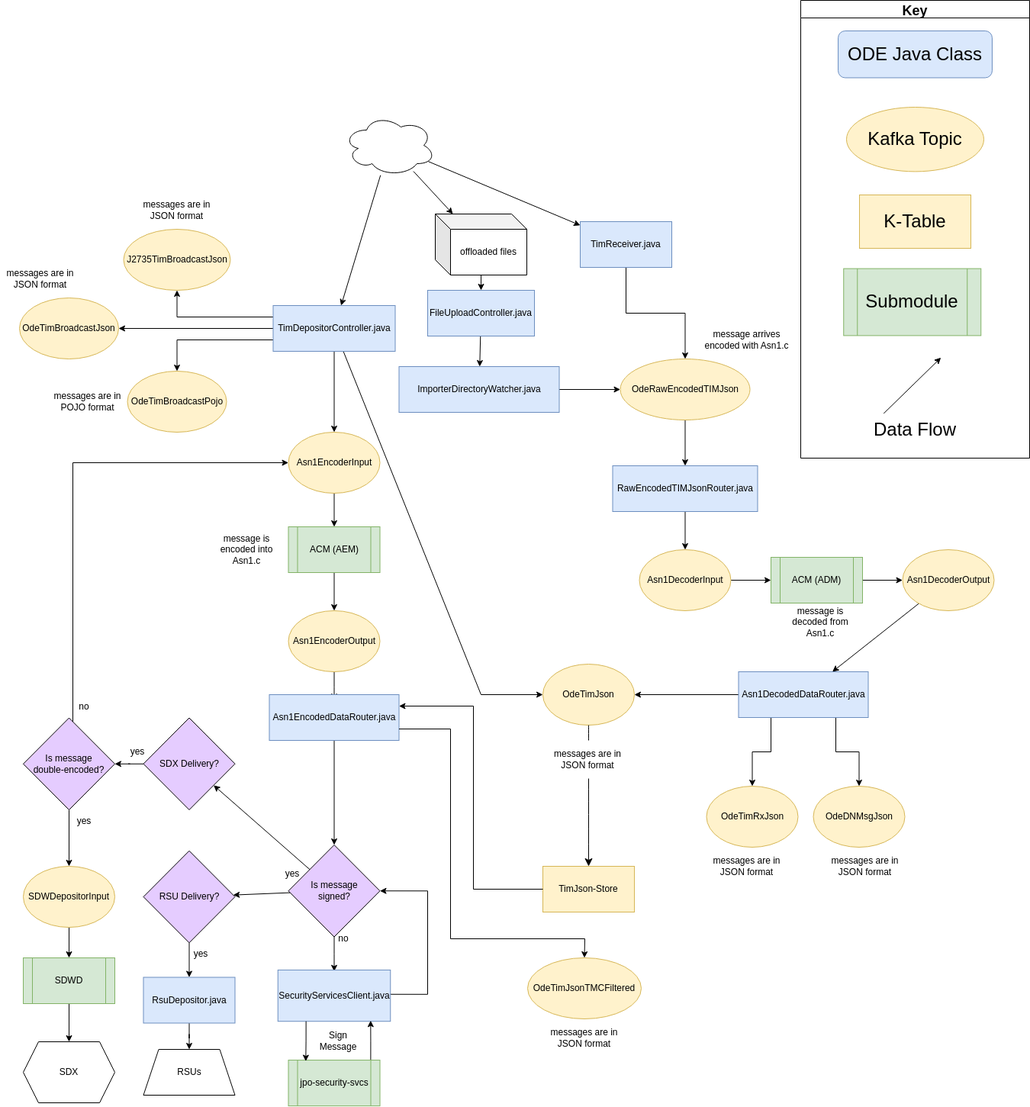
This is docs/data-flow-diagrams/tim/TIM Data Flow.drawio.png from CDOT-CV/jpo-ode, a draw.io export, as it was before one commit. Source tidied: cells renumbered, new cells last; positions are measured from the earlier drawing's top-left corner, leaving out a move shared by most shapes.
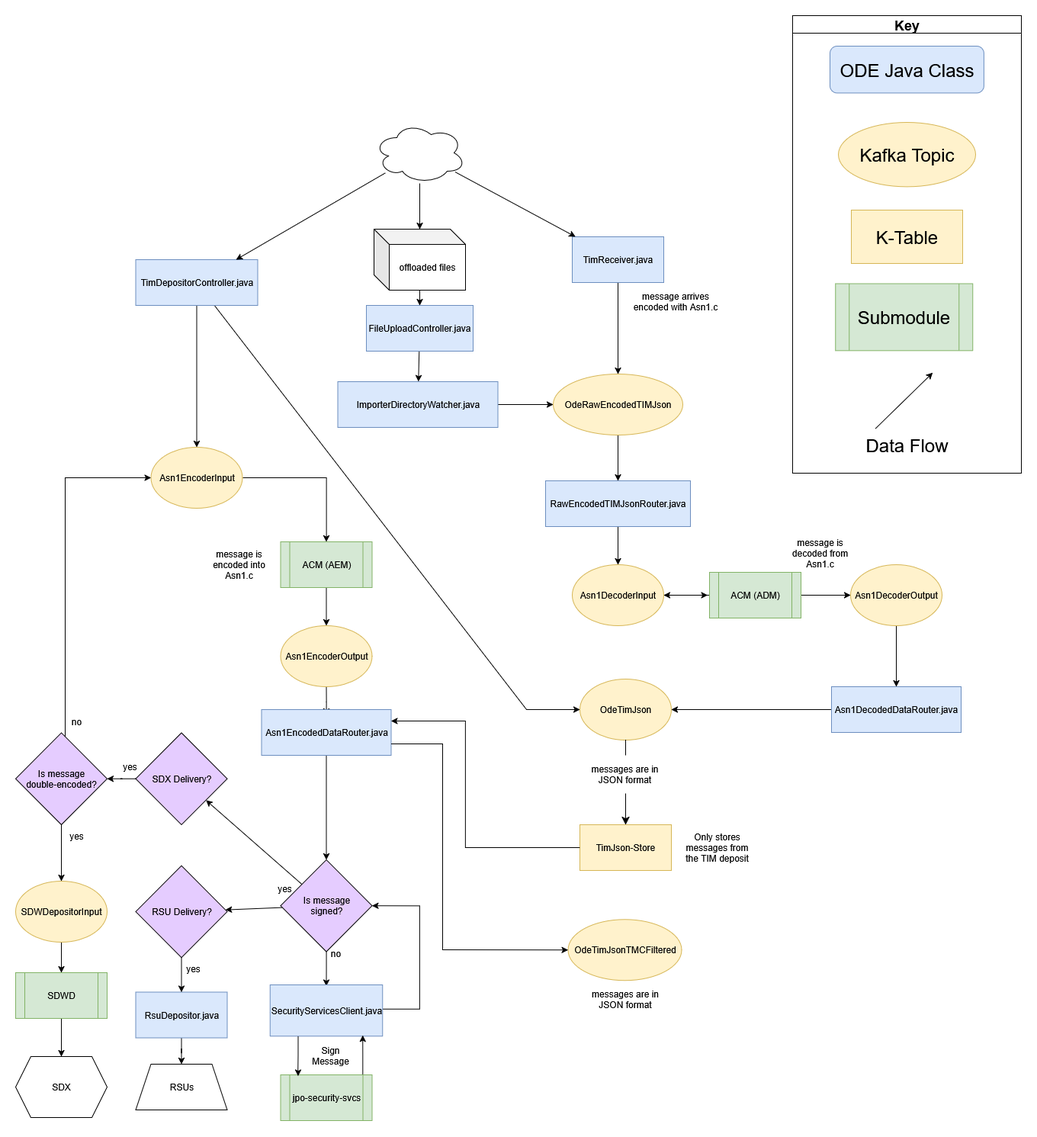
The same diagram one commit later.

Diff of the diagram source:
```diff
@@ -5,32 +5,33 @@
     <mxCell id="2" style="rounded=0;jettySize=auto;html=1;entryX=1;entryY=0.5;entryDx=0;entryDy=0;exitX=0;exitY=0.5;exitDx=0;exitDy=0;" parent="1" edge="1" source="5" target="20">
       <mxGeometry relative="1" as="geometry" />
     </mxCell>
-    <mxCell id="3" style="edgeStyle=orthogonalEdgeStyle;rounded=0;jettySize=auto;html=1;exitX=0.25;exitY=1;exitDx=0;exitDy=0;" parent="1" edge="1" source="5" target="19">
-      <mxGeometry relative="1" as="geometry" />
-    </mxCell>
-    <mxCell id="4" style="edgeStyle=orthogonalEdgeStyle;rounded=0;jettySize=auto;html=1;exitX=0.75;exitY=1;exitDx=0;exitDy=0;" parent="1" edge="1" source="5" target="18">
-      <mxGeometry relative="1" as="geometry" />
-    </mxCell>
     <mxCell id="5" value="Asn1DecodedDataRouter.java" style="rounded=0;whiteSpace=wrap;html=1;fillColor=#dae8fc;strokeColor=#6c8ebf;" parent="1" vertex="1">
-      <mxGeometry x="967.5" y="880" width="170" height="60" as="geometry" />
+      <mxGeometry x="1100" y="880" width="170" height="60" as="geometry" />
     </mxCell>
     <mxCell id="6" style="edgeStyle=orthogonalEdgeStyle;rounded=0;jettySize=auto;html=1;entryX=0;entryY=0.5;entryDx=0;entryDy=0;" parent="1" edge="1" source="7" target="11">
       <mxGeometry relative="1" as="geometry" />
     </mxCell>
+    <mxCell id="105" style="edgeStyle=orthogonalEdgeStyle;rounded=0;jettySize=auto;html=1;" parent="1" edge="1" source="7" target="9">
+      <mxGeometry relative="1" as="geometry" />
+    </mxCell>
     <mxCell id="7" value="ACM (ADM)" style="shape=process;whiteSpace=wrap;html=1;backgroundOutline=1;fillColor=#d5e8d4;strokeColor=#82b366;" parent="1" vertex="1">
-      <mxGeometry x="1010" y="730" width="120" height="60" as="geometry" />
+      <mxGeometry x="940" y="730" width="120" height="60" as="geometry" />
     </mxCell>
-    <mxCell id="8" style="edgeStyle=orthogonalEdgeStyle;rounded=0;jettySize=auto;html=1;entryX=0;entryY=0.5;entryDx=0;entryDy=0;" parent="1" edge="1" source="9" target="7">
-      <mxGeometry relative="1" as="geometry" />
+    <mxCell id="8" style="edgeStyle=orthogonalEdgeStyle;rounded=0;jettySize=auto;html=1;entryX=0;entryY=0.5;entryDx=0;entryDy=0;" parent="1" edge="1" source="9">
+      <mxGeometry relative="1" as="geometry">
+        <mxPoint x="937.5" y="760" as="targetPoint" />
+      </mxGeometry>
     </mxCell>
     <mxCell id="9" value="Asn1DecoderInput" style="ellipse;whiteSpace=wrap;html=1;fillColor=#fff2cc;strokeColor=#d6b656;" parent="1" vertex="1">
-      <mxGeometry x="837.5" y="720" width="120" height="80" as="geometry" />
+      <mxGeometry x="760" y="720" width="120" height="80" as="geometry" />
     </mxCell>
-    <mxCell id="10" style="rounded=0;jettySize=auto;html=1;" parent="1" edge="1" source="11" target="5">
-      <mxGeometry relative="1" as="geometry" />
+    <mxCell id="10" style="rounded=0;jettySize=auto;html=1;" parent="1" edge="1" source="11">
+      <mxGeometry relative="1" as="geometry">
+        <mxPoint x="1185" y="880" as="targetPoint" />
+      </mxGeometry>
     </mxCell>
     <mxCell id="11" value="Asn1DecoderOutput" style="ellipse;whiteSpace=wrap;html=1;fillColor=#fff2cc;strokeColor=#d6b656;" parent="1" vertex="1">
-      <mxGeometry x="1182.5" y="720" width="120" height="80" as="geometry" />
+      <mxGeometry x="1125" y="720" width="120" height="80" as="geometry" />
     </mxCell>
     <mxCell id="12" style="edgeStyle=orthogonalEdgeStyle;rounded=0;jettySize=auto;html=1;entryX=0.5;entryY=0;entryDx=0;entryDy=0;" parent="1" edge="1" source="13" target="15">
       <mxGeometry relative="1" as="geometry" />
@@ -42,22 +43,16 @@
       <mxGeometry relative="1" as="geometry" />
     </mxCell>
     <mxCell id="15" value="OdeRawEncodedTIMJson" style="ellipse;whiteSpace=wrap;html=1;fillColor=#fff2cc;strokeColor=#d6b656;" parent="1" vertex="1">
-      <mxGeometry x="812.5" y="470" width="170" height="80" as="geometry" />
+      <mxGeometry x="735" y="470" width="170" height="80" as="geometry" />
     </mxCell>
     <mxCell id="16" style="edgeStyle=none;html=1;exitX=0.5;exitY=1;exitDx=0;exitDy=0;entryX=0.5;entryY=0;entryDx=0;entryDy=0;" parent="1" edge="1" source="17" target="9">
       <mxGeometry relative="1" as="geometry" />
     </mxCell>
     <mxCell id="17" value="RawEncodedTIMJsonRouter.java" style="rounded=0;whiteSpace=wrap;html=1;fillColor=#dae8fc;strokeColor=#6c8ebf;" parent="1" vertex="1">
-      <mxGeometry x="802.5" y="610" width="190" height="60" as="geometry" />
+      <mxGeometry x="725" y="610" width="190" height="60" as="geometry" />
     </mxCell>
-    <mxCell id="18" value="OdeDNMsgJson" style="ellipse;whiteSpace=wrap;html=1;fillColor=#fff2cc;strokeColor=#d6b656;" parent="1" vertex="1">
-      <mxGeometry x="1065.5" y="1030" width="120" height="80" as="geometry" />
-    </mxCell>
-    <mxCell id="19" value="OdeTimRxJson" style="ellipse;whiteSpace=wrap;html=1;fillColor=#fff2cc;strokeColor=#d6b656;" parent="1" vertex="1">
-      <mxGeometry x="925.5" y="1030" width="120" height="80" as="geometry" />
-    </mxCell>
     <mxCell id="20" value="OdeTimJson" style="ellipse;whiteSpace=wrap;html=1;fillColor=#fff2cc;strokeColor=#d6b656;" parent="1" vertex="1">
-      <mxGeometry x="711" y="870" width="120" height="80" as="geometry" />
+      <mxGeometry x="770" y="870" width="120" height="80" as="geometry" />
     </mxCell>
     <mxCell id="21" style="edgeStyle=orthogonalEdgeStyle;rounded=0;jettySize=auto;html=1;" parent="1" edge="1" source="26" target="29">
       <mxGeometry relative="1" as="geometry" />
@@ -65,30 +60,18 @@
     <mxCell id="22" style="rounded=0;jettySize=auto;html=1;" parent="1" edge="1" source="26" target="20">
       <mxGeometry relative="1" as="geometry">
         <Array as="points">
-          <mxPoint x="630" y="910" />
+          <mxPoint x="700" y="910" />
         </Array>
       </mxGeometry>
     </mxCell>
-    <mxCell id="23" style="edgeStyle=orthogonalEdgeStyle;rounded=0;jettySize=auto;html=1;exitX=0;exitY=0.75;exitDx=0;exitDy=0;" parent="1" edge="1" source="26" target="34">
-      <mxGeometry relative="1" as="geometry" />
-    </mxCell>
-    <mxCell id="24" style="edgeStyle=orthogonalEdgeStyle;rounded=0;jettySize=auto;html=1;exitX=0;exitY=0.25;exitDx=0;exitDy=0;" parent="1" edge="1" source="26" target="27">
-      <mxGeometry relative="1" as="geometry" />
-    </mxCell>
-    <mxCell id="25" style="edgeStyle=orthogonalEdgeStyle;rounded=0;jettySize=auto;html=1;exitX=0;exitY=0.5;exitDx=0;exitDy=0;" parent="1" edge="1" source="26" target="35">
-      <mxGeometry relative="1" as="geometry" />
-    </mxCell>
     <mxCell id="26" value="TimDepositorController.java" style="rounded=0;whiteSpace=wrap;html=1;fillColor=#dae8fc;strokeColor=#6c8ebf;" parent="1" vertex="1">
-      <mxGeometry x="357.5" y="400" width="160" height="60" as="geometry" />
+      <mxGeometry x="187.5" y="320" width="160" height="60" as="geometry" />
     </mxCell>
-    <mxCell id="27" value="J2735TimBroadcastJson" style="ellipse;whiteSpace=wrap;html=1;fillColor=#fff2cc;strokeColor=#d6b656;" parent="1" vertex="1">
-      <mxGeometry x="161.5" y="300" width="140" height="80" as="geometry" />
-    </mxCell>
     <mxCell id="28" style="edgeStyle=orthogonalEdgeStyle;rounded=0;jettySize=auto;html=1;" parent="1" edge="1" source="29" target="31">
       <mxGeometry relative="1" as="geometry" />
     </mxCell>
     <mxCell id="29" value="Asn1EncoderInput" style="ellipse;whiteSpace=wrap;html=1;fillColor=#fff2cc;strokeColor=#d6b656;" parent="1" vertex="1">
-      <mxGeometry x="377.5" y="566" width="120" height="80" as="geometry" />
+      <mxGeometry x="207.5" y="566" width="120" height="80" as="geometry" />
     </mxCell>
     <mxCell id="30" style="edgeStyle=orthogonalEdgeStyle;rounded=0;jettySize=auto;html=1;" parent="1" edge="1" source="31" target="33">
       <mxGeometry relative="1" as="geometry" />
@@ -104,12 +87,6 @@
     <mxCell id="33" value="Asn1EncoderOutput" style="ellipse;whiteSpace=wrap;html=1;fillColor=#fff2cc;strokeColor=#d6b656;" parent="1" vertex="1">
       <mxGeometry x="377.5" y="800" width="120" height="80" as="geometry" />
     </mxCell>
-    <mxCell id="34" value="OdeTimBroadcastPojo" style="ellipse;whiteSpace=wrap;html=1;fillColor=#fff2cc;strokeColor=#d6b656;" parent="1" vertex="1">
-      <mxGeometry x="166.5" y="486" width="130" height="80" as="geometry" />
-    </mxCell>
-    <mxCell id="35" value="OdeTimBroadcastJson" style="ellipse;whiteSpace=wrap;html=1;fillColor=#fff2cc;strokeColor=#d6b656;" parent="1" vertex="1">
-      <mxGeometry x="25" y="390" width="130" height="80" as="geometry" />
-    </mxCell>
     <mxCell id="36" style="group;" parent="1" vertex="1">
       <mxGeometry x="1049" width="300" height="600" as="geometry" />
     </mxCell>
@@ -138,29 +115,14 @@
       <mxGeometry x="77" y="255" width="146" height="70" as="geometry" />
     </mxCell>
     <mxCell id="44" value="message arrives &lt;br&gt;encoded with Asn1.c" style="text;html=1;align=center;verticalAlign=middle;strokeColor=none;fillColor=none;" parent="1" vertex="1">
-      <mxGeometry x="912.5" y="430" width="130" height="30" as="geometry" />
+      <mxGeometry x="830" y="360" width="130" height="30" as="geometry" />
     </mxCell>
     <mxCell id="45" value="message is decoded from Asn1.c" style="text;html=1;strokeColor=none;fillColor=none;align=center;verticalAlign=middle;whiteSpace=wrap;rounded=0;" parent="1" vertex="1">
-      <mxGeometry x="1020" y="790" width="110" height="50" as="geometry" />
+      <mxGeometry x="1030" y="680" width="110" height="50" as="geometry" />
     </mxCell>
     <mxCell id="46" value="message is encoded into Asn1.c" style="text;html=1;strokeColor=none;fillColor=none;align=center;verticalAlign=middle;whiteSpace=wrap;rounded=0;" parent="1" vertex="1">
       <mxGeometry x="267.5" y="695" width="110" height="50" as="geometry" />
     </mxCell>
-    <mxCell id="47" value="messages are in JSON format" style="text;html=1;strokeColor=none;fillColor=none;align=center;verticalAlign=middle;whiteSpace=wrap;rounded=0;" parent="1" vertex="1">
-      <mxGeometry x="925.5" y="1110" width="105" height="50" as="geometry" />
-    </mxCell>
-    <mxCell id="48" value="messages are in JSON format" style="text;html=1;strokeColor=none;fillColor=none;align=center;verticalAlign=middle;whiteSpace=wrap;rounded=0;" parent="1" vertex="1">
-      <mxGeometry x="1080.5" y="1110" width="105" height="50" as="geometry" />
-    </mxCell>
-    <mxCell id="49" value="messages are in JSON format" style="text;html=1;strokeColor=none;fillColor=none;align=center;verticalAlign=middle;whiteSpace=wrap;rounded=0;" parent="1" vertex="1">
-      <mxGeometry x="179" y="250" width="105" height="50" as="geometry" />
-    </mxCell>
-    <mxCell id="50" value="messages are in JSON format" style="text;html=1;strokeColor=none;fillColor=none;align=center;verticalAlign=middle;whiteSpace=wrap;rounded=0;" parent="1" vertex="1">
-      <mxGeometry y="340" width="105" height="50" as="geometry" />
-    </mxCell>
-    <mxCell id="51" value="messages are in POJO format" style="text;html=1;strokeColor=none;fillColor=none;align=center;verticalAlign=middle;whiteSpace=wrap;rounded=0;" parent="1" vertex="1">
-      <mxGeometry x="61.5" y="501" width="105" height="50" as="geometry" />
-    </mxCell>
     <mxCell id="52" style="rounded=0;jettySize=auto;html=1;" parent="1" edge="1" source="55" target="26">
       <mxGeometry relative="1" as="geometry" />
     </mxCell>
@@ -171,7 +133,7 @@
       <mxGeometry relative="1" as="geometry" />
     </mxCell>
     <mxCell id="55" style="ellipse;shape=cloud;whiteSpace=wrap;html=1;" parent="1" vertex="1">
-      <mxGeometry x="450" y="150" width="120" height="80" as="geometry" />
+      <mxGeometry x="500" y="140" width="120" height="80" as="geometry" />
     </mxCell>
     <mxCell id="56" style="edgeStyle=orthogonalEdgeStyle;rounded=0;jettySize=auto;html=1;entryX=0;entryY=0.5;entryDx=0;entryDy=0;" parent="1" edge="1" source="75" target="29">
       <mxGeometry relative="1" as="geometry">
@@ -193,19 +155,19 @@
       <mxGeometry relative="1" as="geometry" />
     </mxCell>
     <mxCell id="59" value="FileUploadController.java" style="rounded=0;whiteSpace=wrap;html=1;fillColor=#dae8fc;strokeColor=#6c8ebf;" parent="1" vertex="1">
-      <mxGeometry x="560" y="380" width="140" height="60" as="geometry" />
+      <mxGeometry x="490" y="380" width="140" height="60" as="geometry" />
     </mxCell>
     <mxCell id="60" style="rounded=0;jettySize=auto;html=1;" parent="1" edge="1" source="61" target="59">
       <mxGeometry relative="1" as="geometry" />
     </mxCell>
     <mxCell id="61" value="offloaded files" style="shape=cube;whiteSpace=wrap;html=1;boundedLbl=1;backgroundOutline=1;darkOpacity=0.05;darkOpacity2=0.1;" parent="1" vertex="1">
-      <mxGeometry x="570" y="280" width="120" height="80" as="geometry" />
+      <mxGeometry x="500" y="280" width="120" height="80" as="geometry" />
     </mxCell>
     <mxCell id="62" style="edgeStyle=orthogonalEdgeStyle;rounded=0;jettySize=auto;html=1;" parent="1" edge="1" source="63" target="15">
       <mxGeometry relative="1" as="geometry" />
     </mxCell>
     <mxCell id="63" value="ImporterDirectoryWatcher.java" style="rounded=0;whiteSpace=wrap;html=1;fillColor=#dae8fc;strokeColor=#6c8ebf;" parent="1" vertex="1">
-      <mxGeometry x="522.5" y="480" width="210" height="60" as="geometry" />
+      <mxGeometry x="452.5" y="480" width="210" height="60" as="geometry" />
     </mxCell>
     <mxCell id="64" style="edgeStyle=orthogonalEdgeStyle;rounded=0;jettySize=auto;html=1;entryX=0.5;entryY=0;entryDx=0;entryDy=0;exitX=0.5;exitY=1;exitDx=0;exitDy=0;" parent="1" edge="1" source="67" target="84">
       <mxGeometry relative="1" as="geometry" />
@@ -297,36 +259,35 @@
       <mxGeometry x="150" y="970" width="60" height="30" as="geometry" />
     </mxCell>
     <mxCell id="91" value="OdeTimJsonTMCFiltered" style="ellipse;whiteSpace=wrap;html=1;fillColor=#fff2cc;strokeColor=#d6b656;" parent="1" vertex="1">
-      <mxGeometry x="691" y="1255" width="149" height="80" as="geometry" />
+      <mxGeometry x="754.5" y="1185.2" width="149" height="80" as="geometry" />
     </mxCell>
-    <mxCell id="92" style="rounded=0;jettySize=auto;html=1;entryX=0.5;entryY=0;entryDx=0;entryDy=0;exitX=1;exitY=0.75;exitDx=0;exitDy=0;" parent="1" edge="1" source="67" target="91">
+    <mxCell id="92" style="rounded=0;jettySize=auto;html=1;entryX=0;entryY=0.5;entryDx=0;entryDy=0;exitX=1;exitY=0.75;exitDx=0;exitDy=0;" parent="1" edge="1" source="67" target="91">
       <mxGeometry relative="1" as="geometry">
         <Array as="points">
           <mxPoint x="590" y="955" />
-          <mxPoint x="590" y="1230" />
-          <mxPoint x="766" y="1230" />
+          <mxPoint x="590" y="1225" />
         </Array>
       </mxGeometry>
     </mxCell>
     <mxCell id="93" value="messages are in JSON format" style="text;html=1;strokeColor=none;fillColor=none;align=center;verticalAlign=middle;whiteSpace=wrap;rounded=0;" parent="1" vertex="1">
-      <mxGeometry x="713" y="1335" width="105" height="50" as="geometry" />
+      <mxGeometry x="776.5" y="1265.2" width="105" height="50" as="geometry" />
     </mxCell>
     <mxCell id="94" style="endArrow=classic;html=1;rounded=0;fontSize=12;startSize=8;endSize=8;curved=1;exitX=0.5;exitY=1;exitDx=0;exitDy=0;entryX=0.5;entryY=0;entryDx=0;entryDy=0;" parent="1" edge="1" source="20" target="95">
       <mxGeometry relative="1" as="geometry" />
     </mxCell>
     <mxCell id="95" value="TimJson-Store" style="rounded=0;whiteSpace=wrap;html=1;fillColor=#fff2cc;strokeColor=#d6b656;labelBackgroundColor=none;" parent="1" vertex="1">
-      <mxGeometry x="711" y="1135" width="120" height="60" as="geometry" />
+      <mxGeometry x="770" y="1061" width="120" height="60" as="geometry" />
     </mxCell>
     <mxCell id="96" style="edgeStyle=orthogonalEdgeStyle;rounded=0;jettySize=auto;html=1;exitX=0;exitY=0.5;exitDx=0;exitDy=0;entryX=1;entryY=0.25;entryDx=0;entryDy=0;" parent="1" edge="1" source="95" target="67">
       <mxGeometry relative="1" as="geometry">
         <Array as="points">
-          <mxPoint x="620" y="1165" />
+          <mxPoint x="620" y="1091" />
           <mxPoint x="620" y="925" />
         </Array>
       </mxGeometry>
     </mxCell>
     <mxCell id="97" style="group;" parent="1" vertex="1">
-      <mxGeometry x="720" y="970" width="100" height="50" as="geometry" />
+      <mxGeometry x="779" y="970" width="100" height="50" as="geometry" />
     </mxCell>
     <mxCell id="98" style="rounded=0;whiteSpace=nowrap;html=1;strokeColor=none;" parent="97" vertex="1">
       <mxGeometry x="4.8" width="95.2" height="50" as="geometry" />
@@ -349,5 +310,14 @@
     <mxCell id="104" value="Sign Message" style="text;html=1;strokeColor=none;fillColor=none;align=center;verticalAlign=middle;whiteSpace=wrap;rounded=0;" parent="1" vertex="1">
       <mxGeometry x="412.5" y="1349.1" width="60" height="30" as="geometry" />
     </mxCell>
+    <mxCell id="106" style="group;" parent="1" vertex="1">
+      <mxGeometry x="900" y="1066" width="100" height="50" as="geometry" />
+    </mxCell>
+    <mxCell id="107" style="rounded=0;whiteSpace=nowrap;html=1;strokeColor=none;" parent="106" vertex="1">
+      <mxGeometry x="4.8" width="95.2" height="50" as="geometry" />
+    </mxCell>
+    <mxCell id="108" value="Only stores messages from the TIM deposit" style="text;html=1;strokeColor=none;fillColor=none;align=center;verticalAlign=middle;whiteSpace=wrap;rounded=0;" parent="106" vertex="1">
+      <mxGeometry width="100" height="50" as="geometry" />
+    </mxCell>
   </root>
 </mxGraphModel>
```
